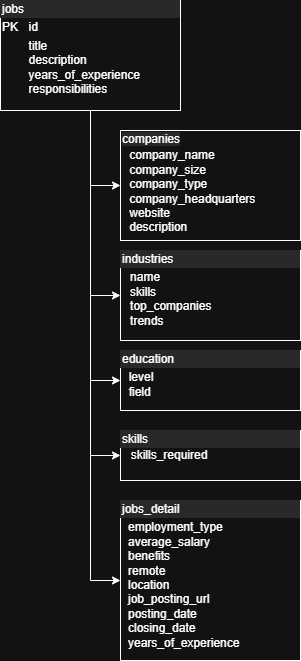
Above: schema_design.png in BeemaRajan/mini_job_portal (draw.io), before the change. Source tidied: cells renumbered, new cells last; positions are measured from the earlier drawing's top-left corner, leaving out a move shared by most shapes.
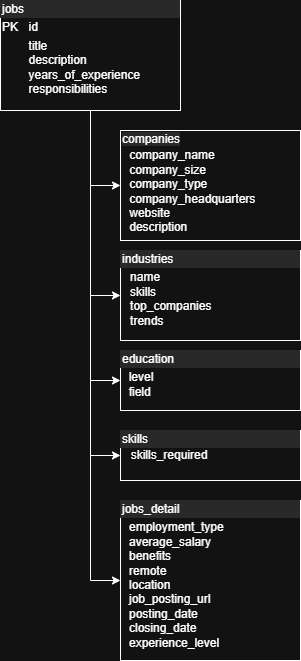
Later version of the same file.

Commit message:
Edited app files, schema designs, and docker-compose

The edit, as a diff of the source:
```diff
@@ -2,6 +2,9 @@
   <root>
     <mxCell id="0" />
     <mxCell id="1" parent="0" />
+    <mxCell id="13" value="companies" style="rounded=0;whiteSpace=wrap;html=1;" parent="1" vertex="1">
+      <mxGeometry x="60" y="10" width="120" height="60" as="geometry" />
+    </mxCell>
     <mxCell id="2" style="edgeStyle=orthogonalEdgeStyle;rounded=0;jettySize=auto;html=1;entryX=0;entryY=0.5;entryDx=0;entryDy=0;" parent="1" edge="1" source="7" target="8">
       <mxGeometry relative="1" as="geometry" />
     </mxCell>
@@ -14,18 +17,18 @@
     <mxCell id="5" style="edgeStyle=orthogonalEdgeStyle;rounded=0;jettySize=auto;html=1;entryX=0;entryY=0.5;entryDx=0;entryDy=0;" parent="1" edge="1" source="7" target="12">
       <mxGeometry relative="1" as="geometry" />
     </mxCell>
-    <mxCell id="6" style="edgeStyle=orthogonalEdgeStyle;rounded=0;jettySize=auto;html=1;entryX=0;entryY=0.5;entryDx=0;entryDy=0;" parent="1" edge="1" source="7" target="9">
-      <mxGeometry relative="1" as="geometry" />
-    </mxCell>
+    <mxCell id="14" style="edgeStyle=orthogonalEdgeStyle;rounded=0;jettySize=auto;html=1;entryX=0;entryY=0.5;entryDx=0;entryDy=0;" parent="1" edge="1" source="7" target="15">
+      <mxGeometry relative="1" as="geometry" />
+    </mxCell>
     <mxCell id="7" value="&lt;div style=&quot;box-sizing: border-box; width: 100%; background: rgb(228, 228, 228); padding: 2px;&quot;&gt;jobs&lt;/div&gt;&lt;table style=&quot;width:100%;font-size:1em;&quot; cellpadding=&quot;2&quot; cellspacing=&quot;0&quot;&gt;&lt;tbody&gt;&lt;tr&gt;&lt;td&gt;PK&lt;/td&gt;&lt;td&gt;id&lt;/td&gt;&lt;/tr&gt;&lt;tr&gt;&lt;td&gt;&lt;br&gt;&lt;/td&gt;&lt;td&gt;title&lt;br&gt;description&lt;br&gt;years_of_experience&lt;br&gt;responsibilities&lt;/td&gt;&lt;/tr&gt;&lt;tr&gt;&lt;td&gt;&lt;br&gt;&lt;/td&gt;&lt;td&gt;&lt;br&gt;&lt;/td&gt;&lt;/tr&gt;&lt;/tbody&gt;&lt;/table&gt;" style="verticalAlign=top;align=left;overflow=fill;html=1;whiteSpace=wrap;" parent="1" vertex="1">
       <mxGeometry width="180" height="110" as="geometry" />
     </mxCell>
     <mxCell id="8" value="&lt;div style=&quot;box-sizing: border-box; width: 100%; background-image: initial; background-position: initial; background-size: initial; background-repeat: initial; background-attachment: initial; background-origin: initial; background-clip: initial; padding: 2px;&quot;&gt;&lt;span style=&quot;background-color: rgb(228, 228, 228);&quot;&gt;companies&lt;/span&gt;&lt;table style=&quot;background-color: transparent; color: light-dark(rgb(0, 0, 0), rgb(255, 255, 255)); font-size: 1em; width: 100%;&quot; cellpadding=&quot;2&quot; cellspacing=&quot;0&quot;&gt;&lt;tbody&gt;&lt;tr&gt;&lt;td&gt;&lt;br&gt;&lt;/td&gt;&lt;td&gt;company_name&lt;br&gt;company_size&lt;br&gt;company_type&lt;br&gt;company_headquarters&lt;br&gt;website&lt;br&gt;description&lt;/td&gt;&lt;/tr&gt;&lt;tr&gt;&lt;td&gt;&lt;/td&gt;&lt;td&gt;&lt;br&gt;&lt;/td&gt;&lt;/tr&gt;&lt;/tbody&gt;&lt;/table&gt;&lt;/div&gt;" style="verticalAlign=top;align=left;overflow=fill;html=1;whiteSpace=wrap;" parent="1" vertex="1">
       <mxGeometry x="120" y="130" width="180" height="110" as="geometry" />
     </mxCell>
-    <mxCell id="9" value="&lt;div style=&quot;box-sizing: border-box; width: 100%; background: rgb(228, 228, 228); padding: 2px;&quot;&gt;jobs_detail&lt;/div&gt;&lt;table style=&quot;width:100%;font-size:1em;&quot; cellpadding=&quot;2&quot; cellspacing=&quot;0&quot;&gt;&lt;tbody&gt;&lt;tr&gt;&lt;td&gt;&lt;br&gt;&lt;/td&gt;&lt;td&gt;employment_type&lt;br&gt;average_salary&lt;br&gt;benefits&lt;br&gt;remote&lt;br&gt;location&lt;br&gt;job_posting_url&lt;br&gt;posting_date&lt;br&gt;closing_date&lt;br&gt;years_of_experience&lt;/td&gt;&lt;/tr&gt;&lt;tr&gt;&lt;td&gt;&lt;/td&gt;&lt;td&gt;&lt;br&gt;&lt;/td&gt;&lt;/tr&gt;&lt;/tbody&gt;&lt;/table&gt;" style="verticalAlign=top;align=left;overflow=fill;html=1;whiteSpace=wrap;" parent="1" vertex="1">
-      <mxGeometry x="120" y="500" width="180" height="160" as="geometry" />
-    </mxCell>
+    <mxCell id="15" value="&lt;div style=&quot;box-sizing: border-box; width: 100%; background: rgb(228, 228, 228); padding: 2px;&quot;&gt;jobs_detail&lt;/div&gt;&lt;table style=&quot;width:100%;font-size:1em;&quot; cellpadding=&quot;2&quot; cellspacing=&quot;0&quot;&gt;&lt;tbody&gt;&lt;tr&gt;&lt;td&gt;&lt;br&gt;&lt;/td&gt;&lt;td&gt;employment_type&lt;br&gt;average_salary&lt;br&gt;benefits&lt;br&gt;remote&lt;br&gt;location&lt;br&gt;job_posting_url&lt;br&gt;posting_date&lt;br&gt;closing_date&lt;br&gt;experience_level&lt;/td&gt;&lt;/tr&gt;&lt;tr&gt;&lt;td&gt;&lt;/td&gt;&lt;td&gt;&lt;br&gt;&lt;/td&gt;&lt;/tr&gt;&lt;/tbody&gt;&lt;/table&gt;" style="verticalAlign=top;align=left;overflow=fill;html=1;whiteSpace=wrap;" parent="1" vertex="1">
+      <mxGeometry x="120" y="500" width="180" height="160" as="geometry" />
+    </mxCell>
     <mxCell id="10" value="&lt;div style=&quot;box-sizing: border-box; width: 100%; background: rgb(228, 228, 228); padding: 2px;&quot;&gt;industries&lt;/div&gt;&lt;table style=&quot;width:100%;font-size:1em;&quot; cellpadding=&quot;2&quot; cellspacing=&quot;0&quot;&gt;&lt;tbody&gt;&lt;tr&gt;&lt;td&gt;&lt;br&gt;&lt;/td&gt;&lt;td&gt;name&lt;br&gt;skills&lt;br&gt;top_companies&lt;br&gt;trends&lt;/td&gt;&lt;/tr&gt;&lt;tr&gt;&lt;td&gt;&lt;br&gt;&lt;br&gt;&lt;/td&gt;&lt;td&gt;&lt;br&gt;&lt;/td&gt;&lt;/tr&gt;&lt;/tbody&gt;&lt;/table&gt;" style="verticalAlign=top;align=left;overflow=fill;html=1;whiteSpace=wrap;" parent="1" vertex="1">
       <mxGeometry x="120" y="250" width="180" height="90" as="geometry" />
     </mxCell>
```
